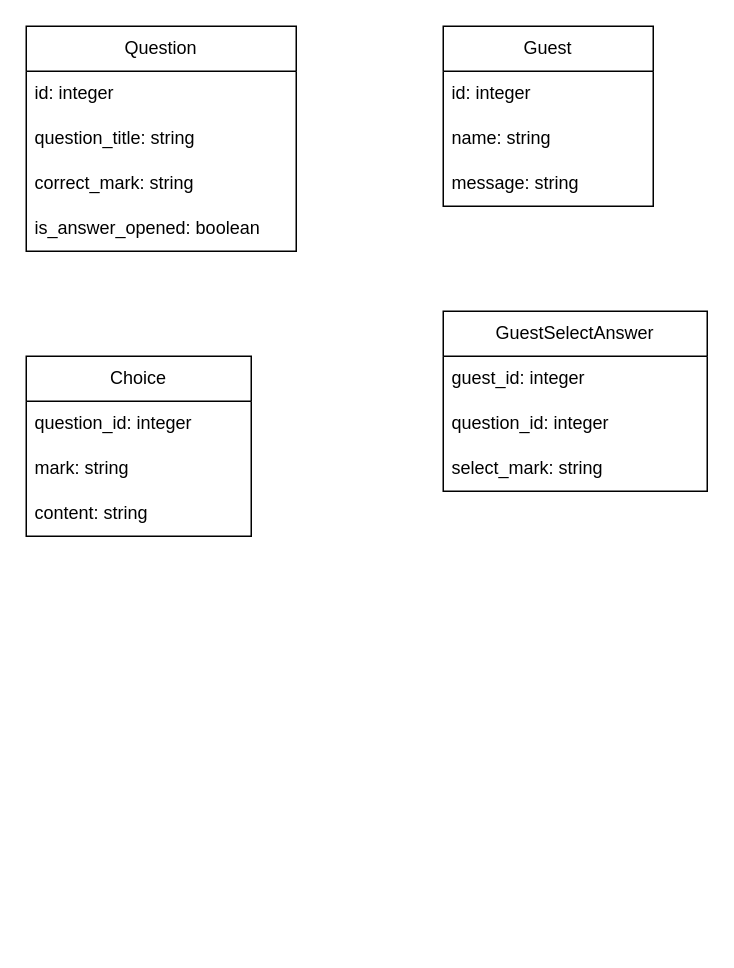
Earlier version of the draw.io diagram page "ページ1" (1 of 3) of BingoQuiz.drawio (tomoya092013/BingoQuiz). Source tidied: cells renumbered, new cells numbered last; positions are measured from the earlier drawing's top-left corner, leaving out a move shared by most shapes. Both pictures are drawn from the tidied source at 150%, with x=0, y=0 at pixel (26, 26).
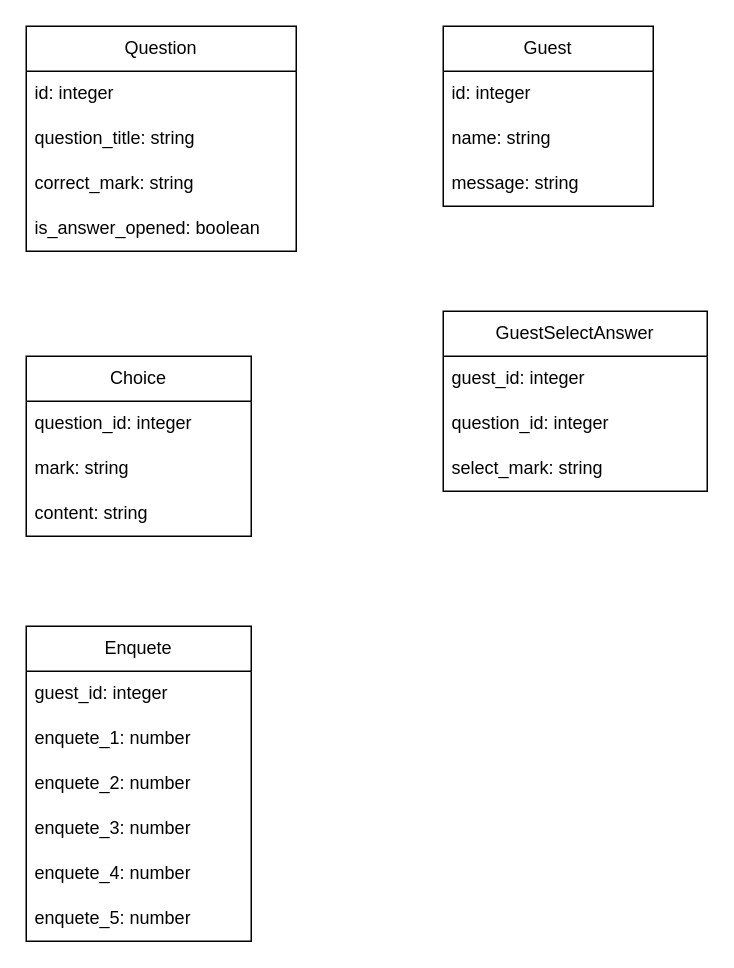
The same page after the edit.

What changed in the source:
```diff
@@
+    <mxCell id="19" value="Enquete" style="swimlane;fontStyle=0;horizontal=1;startSize=30;whiteSpace=wrap;html=1;" parent="1" vertex="1">
+      <mxGeometry y="400" width="150" height="210" as="geometry" />
+    </mxCell>
+    <mxCell id="20" value="guest_id: integer" style="text;strokeColor=none;fillColor=none;align=left;verticalAlign=middle;spacingLeft=4;spacingRight=4;overflow=hidden;whiteSpace=wrap;html=1;" parent="19" vertex="1">
+      <mxGeometry y="30" width="150" height="30" as="geometry" />
+    </mxCell>
+    <mxCell id="21" value="enquete_1: number" style="text;strokeColor=none;fillColor=none;align=left;verticalAlign=middle;spacingLeft=4;spacingRight=4;overflow=hidden;whiteSpace=wrap;html=1;" parent="19" vertex="1">
+      <mxGeometry y="60" width="150" height="30" as="geometry" />
+    </mxCell>
+    <mxCell id="22" value="enquete_2: number" style="text;strokeColor=none;fillColor=none;align=left;verticalAlign=middle;spacingLeft=4;spacingRight=4;overflow=hidden;whiteSpace=wrap;html=1;" parent="19" vertex="1">
+      <mxGeometry y="90" width="150" height="30" as="geometry" />
+    </mxCell>
+    <mxCell id="23" value="enquete_3: number" style="text;strokeColor=none;fillColor=none;align=left;verticalAlign=middle;spacingLeft=4;spacingRight=4;overflow=hidden;whiteSpace=wrap;html=1;" parent="19" vertex="1">
+      <mxGeometry y="120" width="150" height="30" as="geometry" />
+    </mxCell>
+    <mxCell id="24" value="enquete_4: number" style="text;strokeColor=none;fillColor=none;align=left;verticalAlign=middle;spacingLeft=4;spacingRight=4;overflow=hidden;whiteSpace=wrap;html=1;" parent="19" vertex="1">
+      <mxGeometry y="150" width="150" height="30" as="geometry" />
+    </mxCell>
+    <mxCell id="25" value="enquete_5: number" style="text;strokeColor=none;fillColor=none;align=left;verticalAlign=middle;spacingLeft=4;spacingRight=4;overflow=hidden;whiteSpace=wrap;html=1;" parent="19" vertex="1">
+      <mxGeometry y="180" width="150" height="30" as="geometry" />
+    </mxCell>
```
